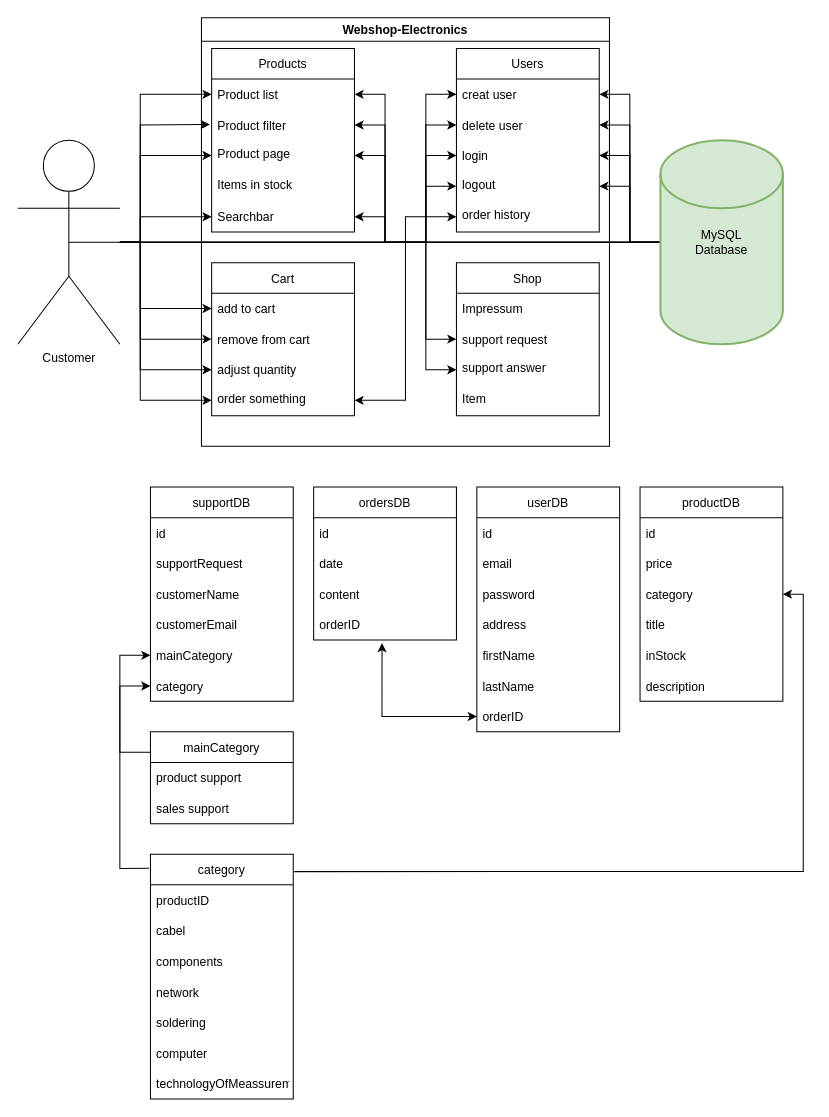
Before: Anforderungen.drawio in Serpant4632/webshop-electronics, a draw.io diagram. Source tidied: cells renumbered, new cells numbered last; positions are measured from the earlier drawing's top-left corner, leaving out a move shared by most shapes. Both pictures are drawn from the tidied source at 102%, with x=0, y=0 at pixel (17, 17).
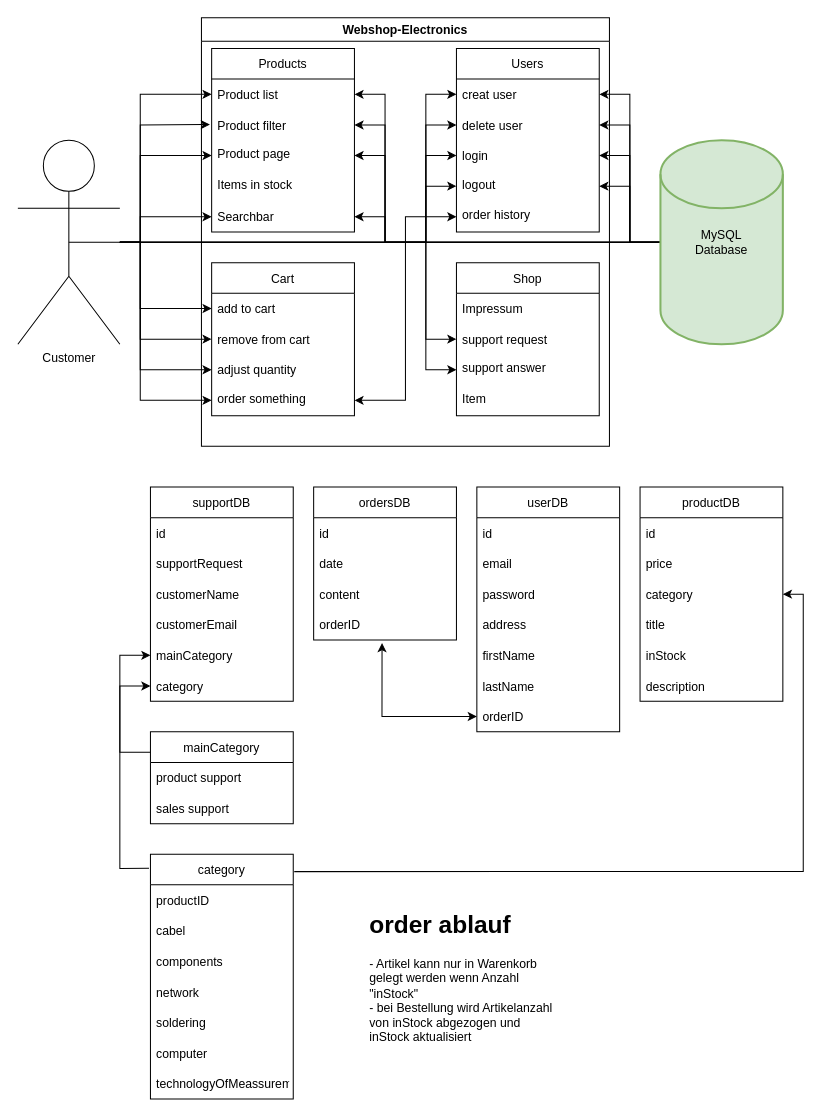
The same diagram, later.

Commit message:
order ablauf

Diff of the diagram source:
```diff
@@
+    <mxCell id="92" value="&lt;h1&gt;order ablauf&lt;/h1&gt;&lt;div&gt;- Artikel kann nur in Warenkorb gelegt werden wenn Anzahl &quot;inStock&quot;&lt;/div&gt;&lt;div&gt;- bei Bestellung wird Artikelanzahl von inStock abgezogen und inStock aktualisiert&lt;/div&gt;" style="text;html=1;strokeColor=none;fillColor=none;spacing=5;spacingTop=-20;whiteSpace=wrap;overflow=hidden;rounded=0;" parent="1" vertex="1">
+      <mxGeometry x="340" y="870" width="190" height="160" as="geometry" />
+    </mxCell>
```
